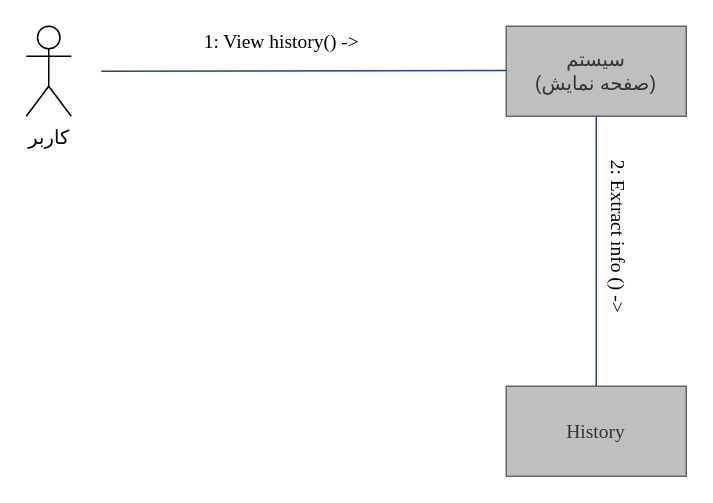
ShadiMe-flutter/Workout keeps this draw.io diagram as Docs./CommunicationDiagram-Activities.drawio. Above is the earlier version. Source tidied: cells renumbered, new cells numbered last; positions are measured from the earlier drawing's top-left corner, leaving out a move shared by most shapes. Both pictures are drawn from the tidied source at 150%, with x=0, y=0 at pixel (26, 26).
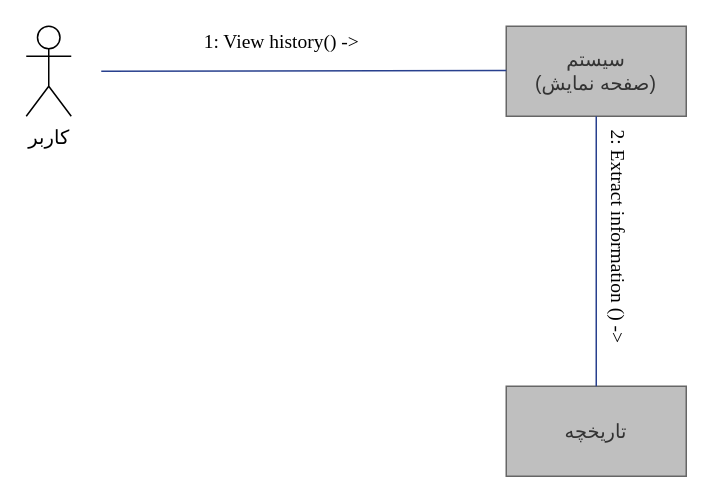
The same diagram, later.

What changed in the source:
```diff
@@
 <mxGraphModel>
   <root>
     <mxCell id="0" />
     <mxCell id="1" parent="0" />
     <mxCell id="2" value="&lt;span style=&quot;font-size: 13px&quot;&gt;&lt;font face=&quot;B Zar&quot;&gt;کاربر&lt;/font&gt;&lt;/span&gt;" style="shape=umlActor;verticalLabelPosition=bottom;verticalAlign=top;html=1;" parent="1" vertex="1">
       <mxGeometry width="30" height="60" as="geometry" />
     </mxCell>
     <mxCell id="3" value="&lt;font face=&quot;B Zar&quot; style=&quot;font-size: 13px&quot;&gt;سیستم &lt;br&gt;(صفحه نمایش)&lt;/font&gt;" style="rounded=0;whiteSpace=wrap;html=1;strokeColor=#666666;fontColor=#333333;fillColor=#BFBFBF;" parent="1" vertex="1">
       <mxGeometry x="320" width="120" height="60" as="geometry" />
     </mxCell>
     <mxCell id="4" style="endArrow=none;html=1;strokeColor=#28408E;" parent="1" edge="1">
       <mxGeometry relative="1" as="geometry">
         <mxPoint x="50" y="30" as="sourcePoint" />
         <mxPoint x="320" y="29.5" as="targetPoint" />
       </mxGeometry>
     </mxCell>
     <mxCell id="5" value="&lt;font face=&quot;Times New Roman&quot; style=&quot;font-size: 13px&quot;&gt;1: View history() -&amp;gt;&lt;/font&gt;" style="text;html=1;align=center;verticalAlign=middle;" parent="1" vertex="1">
       <mxGeometry x="110" width="120" height="20" as="geometry" />
     </mxCell>
-    <mxCell id="6" value="&lt;font face=&quot;Times New Roman&quot; style=&quot;font-size: 13px&quot;&gt;History&lt;/font&gt;" style="rounded=0;whiteSpace=wrap;html=1;strokeColor=#666666;fontColor=#333333;fillColor=#BFBFBF;" parent="1" vertex="1">
+    <mxCell id="6" value="&lt;font style=&quot;font-size: 13px&quot; face=&quot;B Zar&quot;&gt;تاریخچه&lt;/font&gt;" style="rounded=0;whiteSpace=wrap;html=1;strokeColor=#666666;fontColor=#333333;fillColor=#BFBFBF;" parent="1" vertex="1">
       <mxGeometry x="320" y="240" width="120" height="60" as="geometry" />
     </mxCell>
     <mxCell id="7" style="endArrow=none;html=1;exitX=0.5;exitY=0;exitDx=0;exitDy=0;entryX=0.5;entryY=1;entryDx=0;entryDy=0;strokeColor=#28408E;" parent="1" edge="1" source="6" target="3">
       <mxGeometry relative="1" as="geometry" />
     </mxCell>
-    <mxCell id="8" value="&lt;font face=&quot;Times New Roman&quot; style=&quot;font-size: 13px&quot;&gt;2: Extract info () -&amp;gt;&lt;/font&gt;" style="text;html=1;align=center;verticalAlign=middle;rotation=90;" parent="1" vertex="1">
-      <mxGeometry x="335" y="130" width="120" height="20" as="geometry" />
+    <mxCell id="8" value="&lt;font face=&quot;Times New Roman&quot; style=&quot;font-size: 13px&quot;&gt;2: Extract information () -&amp;gt;&lt;/font&gt;" style="text;html=1;align=center;verticalAlign=middle;rotation=90;" parent="1" vertex="1">
+      <mxGeometry x="315" y="130" width="160" height="20" as="geometry" />
     </mxCell>
   </root>
 </mxGraphModel>
```
